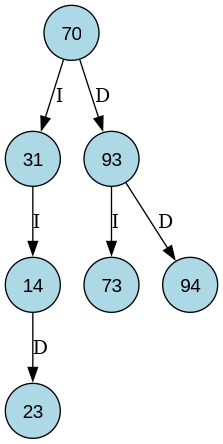
The Graphviz diagram Semana_5/arbol.png in manuelimal25-dotcom/IPC2-2S2026, before a commit. Its source is kept beside it as Semana_5/arbol.dot. The source it was exported from:
```dot
digraph ArbolBinarioBusqueda {
    node [shape=circle, style=filled, fillcolor=lightblue, fontname="Arial"];
    70 -> 31 [label="I"];
    31 -> 14 [label="I"];
    14 -> 23 [label="D"];
    70 -> 93 [label="D"];
    93 -> 73 [label="I"];
    93 -> 94 [label="D"];
}
```
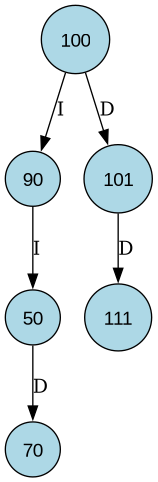
The same file after the commit.

Change to the diagram source:
```diff
@@ -1,9 +1,8 @@
 digraph ArbolBinarioBusqueda {
     node [shape=circle, style=filled, fillcolor=lightblue, fontname="Arial"];
-    70 -> 31 [label="I"];
-    31 -> 14 [label="I"];
-    14 -> 23 [label="D"];
-    70 -> 93 [label="D"];
-    93 -> 73 [label="I"];
-    93 -> 94 [label="D"];
+    100 -> 90 [label="I"];
+    90 -> 50 [label="I"];
+    50 -> 70 [label="D"];
+    100 -> 101 [label="D"];
+    101 -> 111 [label="D"];
 }
```
